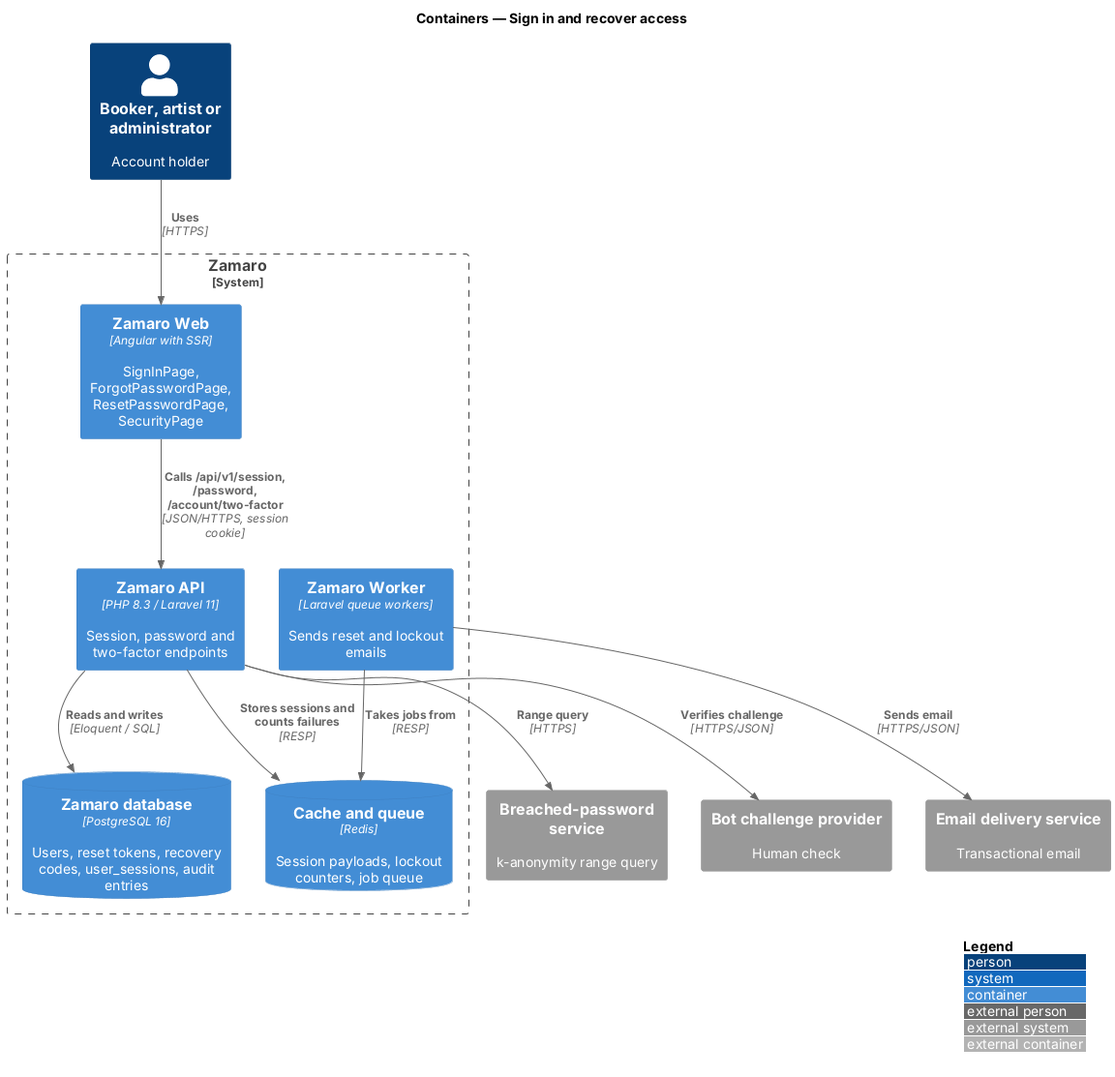
Earlier version of the PlantUML export docs/detailed-designs/accounts/sign-in-and-recover-access/diagrams/c4-container.png (QuinntyneBrown/zamaro).
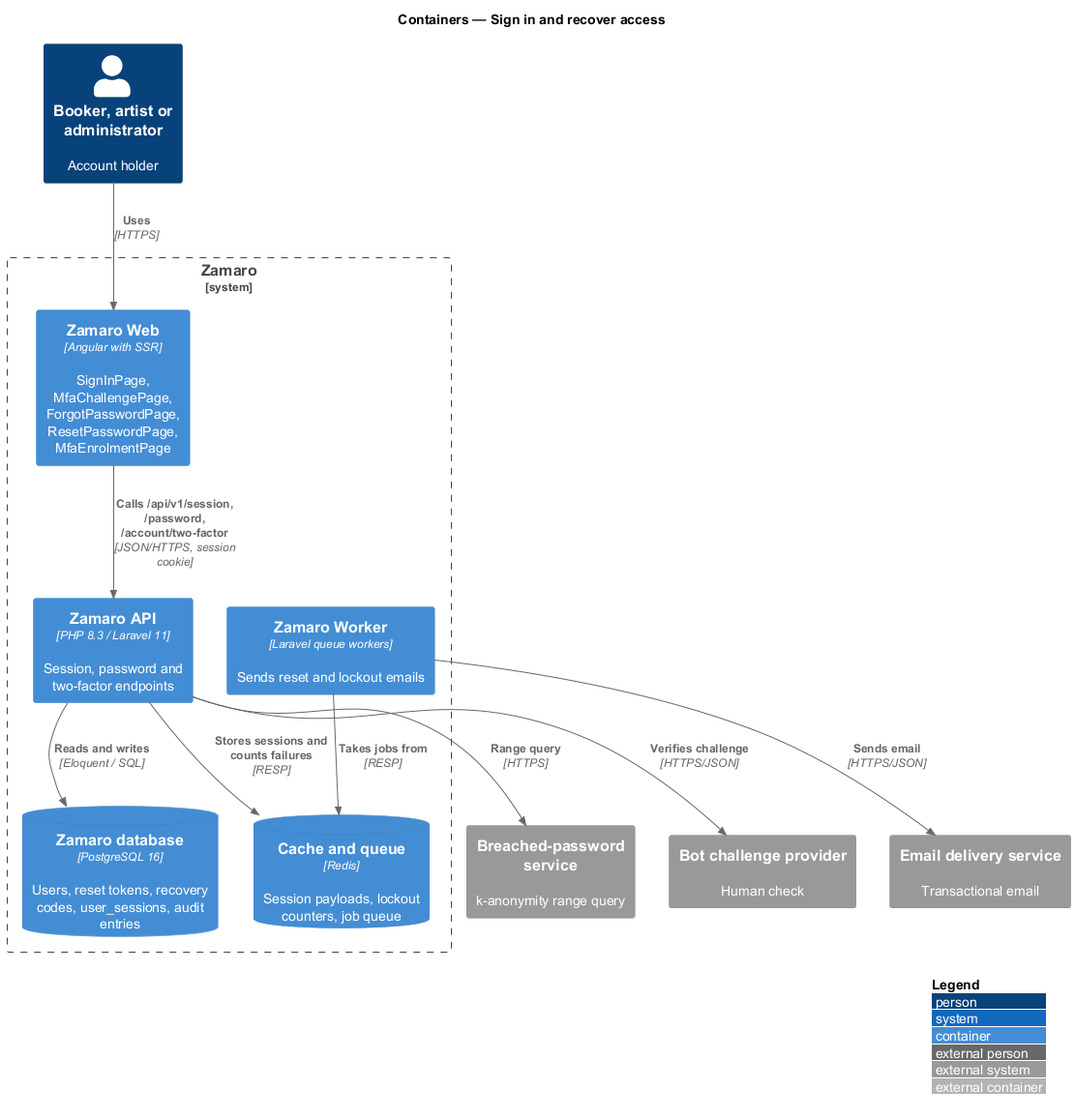
Later version of the same file.

The edit, as a diff of the source:
```diff
@@ -8,7 +8,7 @@
 System_Ext(bot, "Bot challenge provider", "Human check")
 System_Ext(email, "Email delivery service", "Transactional email")
 System_Boundary(zamaro, "Zamaro") {
-  Container(web, "Zamaro Web", "Angular with SSR", "SignInPage, ForgotPasswordPage, ResetPasswordPage, SecurityPage")
+  Container(web, "Zamaro Web", "Angular with SSR", "SignInPage, MfaChallengePage, ForgotPasswordPage, ResetPasswordPage, MfaEnrolmentPage")
   Container(api, "Zamaro API", "PHP 8.3 / Laravel 11", "Session, password and two-factor endpoints")
   Container(worker, "Zamaro Worker", "Laravel queue workers", "Sends reset and lockout emails")
   ContainerDb(db, "Zamaro database", "PostgreSQL 16", "Users, reset tokens, recovery codes, user_sessions, audit entries")
```
